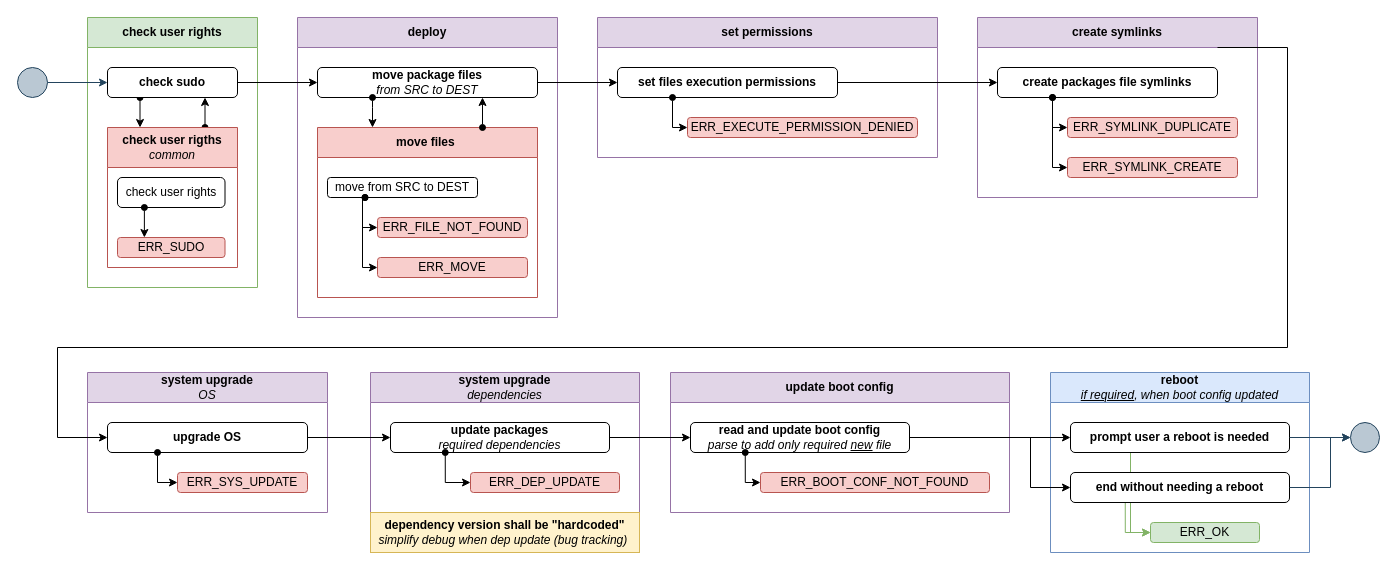
repeact/embedded-sw keeps this draw.io diagram as page "install-process" (2 of 6) of docs/arch/arch.drawio. Above is the earlier version. Source tidied: cells renumbered, new cells numbered last; positions are measured from the earlier drawing's top-left corner, leaving out a move shared by most shapes. Both pictures are drawn from the tidied source at 100%, with x=0, y=0 at pixel (17, 17).
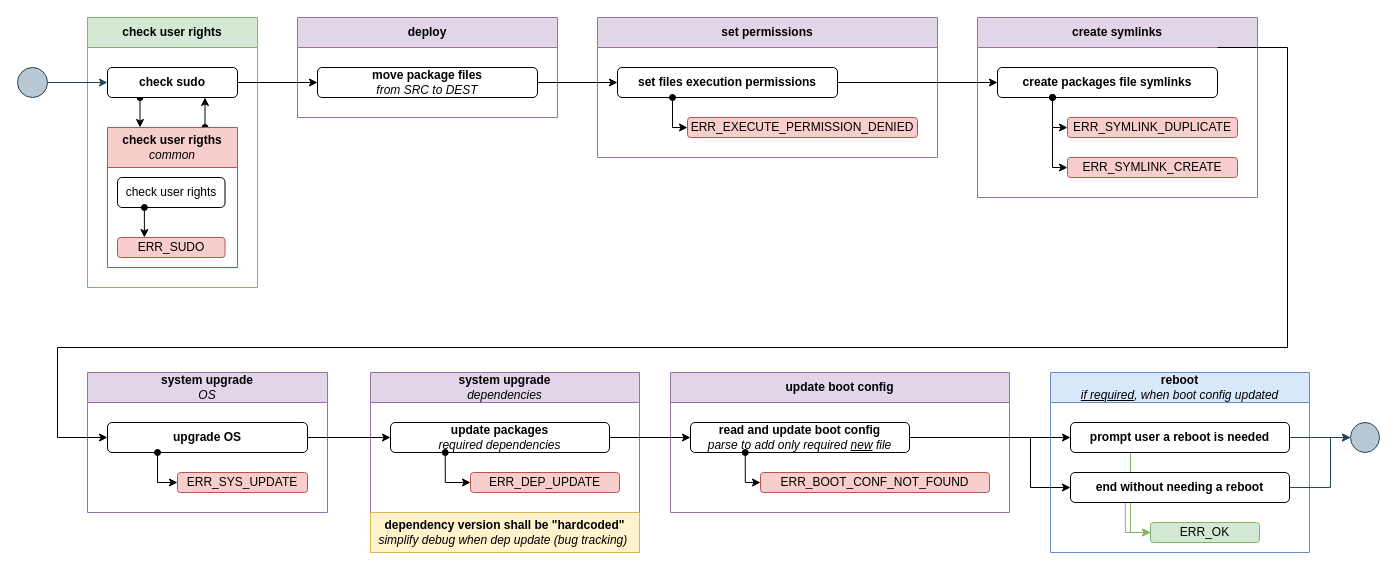
Above is the later version.

Commit message:
docs: simplify install script arch

Unchanged cells that the change refers to:
```xml
<mxCell id="11" value="&lt;b&gt;move package files &lt;br&gt;&lt;/b&gt;&lt;i&gt;from SRC to DEST&lt;/i&gt;" style="rounded=1;whiteSpace=wrap;html=1;" parent="10" vertex="1">
  <mxGeometry x="20" y="50" width="220" height="30" as="geometry" />
</mxCell>
```

What changed in the source:
```diff
@@
     <mxCell id="10" value="deploy" style="swimlane;whiteSpace=wrap;html=1;startSize=30;fillColor=#e1d5e7;strokeColor=#9673a6;" parent="1" vertex="1">
-      <mxGeometry x="280" width="260" height="300" as="geometry" />
+      <mxGeometry x="280" width="260" height="100" as="geometry" />
     </mxCell>
@@
-    <mxCell id="12" value="move files&amp;nbsp;" style="swimlane;whiteSpace=wrap;html=1;startSize=30;fillColor=#f8cecc;strokeColor=#b85450;" parent="10" vertex="1">
-      <mxGeometry x="20" y="110" width="220" height="170" as="geometry" />
-    </mxCell>
-    <mxCell id="13" value="move from SRC to DEST" style="rounded=1;whiteSpace=wrap;html=1;" parent="12" vertex="1">
-      <mxGeometry x="10" y="50" width="150" height="20" as="geometry" />
-    </mxCell>
-    <mxCell id="14" value="ERR_FILE_NOT_FOUND" style="rounded=1;whiteSpace=wrap;html=1;fillColor=#f8cecc;strokeColor=#b85450;" parent="12" vertex="1">
-      <mxGeometry x="60" y="90" width="150" height="20" as="geometry" />
-    </mxCell>
-    <mxCell id="15" value="ERR_MOVE" style="rounded=1;whiteSpace=wrap;html=1;fillColor=#f8cecc;strokeColor=#b85450;" parent="12" vertex="1">
-      <mxGeometry x="60" y="130" width="150" height="20" as="geometry" />
-    </mxCell>
-    <mxCell id="16" style="edgeStyle=orthogonalEdgeStyle;rounded=0;jettySize=auto;html=1;entryX=0;entryY=0.5;entryDx=0;entryDy=0;startArrow=oval;startFill=1;exitX=0.25;exitY=1;exitDx=0;exitDy=0;" parent="12" edge="1" source="13" target="14">
-      <mxGeometry relative="1" as="geometry">
-        <Array as="points">
-          <mxPoint x="45" y="100" />
-        </Array>
-      </mxGeometry>
-    </mxCell>
-    <mxCell id="17" style="edgeStyle=orthogonalEdgeStyle;rounded=0;jettySize=auto;html=1;startArrow=oval;startFill=1;entryX=0;entryY=0.5;entryDx=0;entryDy=0;exitX=0.25;exitY=1;exitDx=0;exitDy=0;" parent="12" edge="1" source="13" target="15">
-      <mxGeometry relative="1" as="geometry">
-        <Array as="points">
-          <mxPoint x="45" y="140" />
-        </Array>
-      </mxGeometry>
-    </mxCell>
-    <mxCell id="18" style="edgeStyle=orthogonalEdgeStyle;rounded=0;jettySize=auto;html=1;exitX=0.25;exitY=1;exitDx=0;exitDy=0;entryX=0.25;entryY=0;entryDx=0;entryDy=0;startArrow=oval;startFill=1;" parent="10" edge="1" source="11" target="12">
-      <mxGeometry relative="1" as="geometry">
-        <Array as="points">
-          <mxPoint x="75" y="90" />
-          <mxPoint x="75" y="90" />
-        </Array>
-      </mxGeometry>
-    </mxCell>
-    <mxCell id="19" style="edgeStyle=orthogonalEdgeStyle;rounded=0;jettySize=auto;html=1;exitX=0.75;exitY=0;exitDx=0;exitDy=0;entryX=0.75;entryY=1;entryDx=0;entryDy=0;startArrow=oval;startFill=1;" parent="10" edge="1" source="12" target="11">
-      <mxGeometry relative="1" as="geometry" />
-    </mxCell>
```
